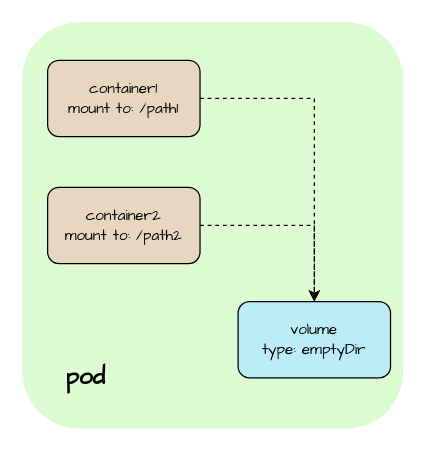
The draw.io diagram Untitled Diagram.drawio in xwcq/Just, before the edit. Source tidied: cells renumbered, new cells numbered last; positions are measured from the earlier drawing's top-left corner, leaving out a move shared by most shapes. Both pictures are drawn from the tidied source at 127%, with x=0, y=0 at pixel (22, 22).
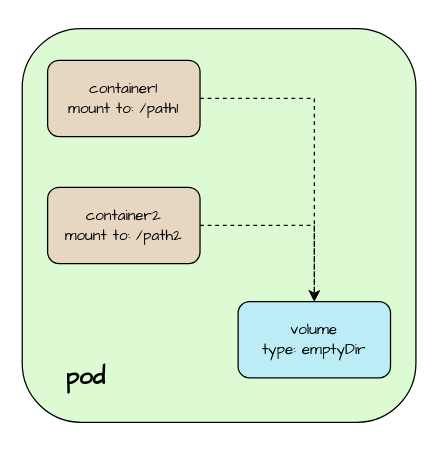
The same diagram, later.

The edit, as a diff of the source:
```diff
@@
 <mxGraphModel>
   <root>
     <mxCell id="0" />
     <mxCell id="1" parent="0" />
-    <mxCell id="2" style="rounded=1;whiteSpace=wrap;html=1;labelBackgroundColor=none;fontFamily=Comic Sans MS;glass=0;shadow=0;fillColor=#DDFBD2;strokeColor=none;" parent="1" vertex="1">
-      <mxGeometry width="300" height="320" as="geometry" />
-    </mxCell>
+    <mxCell id="9" style="rounded=1;whiteSpace=wrap;html=1;shadow=0;glass=0;labelBackgroundColor=none;sketch=0;fontFamily=Comic Sans MS;fontSize=19;fillColor=#DDFBD2;gradientColor=none;" parent="1" vertex="1">
+      <mxGeometry y="5" width="310" height="310" as="geometry" />
+    </mxCell>
     <mxCell id="3" value="&lt;font face=&quot;Comic Sans MS&quot;&gt;container2&lt;br&gt;mount to: /path2&lt;/font&gt;" style="rounded=1;whiteSpace=wrap;html=1;fillColor=#E7D7C1;" parent="1" vertex="1">
       <mxGeometry x="20" y="130" width="120" height="60" as="geometry" />
     </mxCell>
     <mxCell id="4" value="&lt;font face=&quot;Comic Sans MS&quot;&gt;container1&lt;br&gt;mount to: /path1&lt;/font&gt;" style="rounded=1;whiteSpace=wrap;html=1;labelBackgroundColor=none;fillColor=#E7D7C1;" parent="1" vertex="1">
       <mxGeometry x="20" y="30" width="120" height="60" as="geometry" />
     </mxCell>
     <mxCell id="5" value="&lt;font face=&quot;Comic Sans MS&quot;&gt;volume&lt;br&gt;type: emptyDir&lt;/font&gt;" style="rounded=1;whiteSpace=wrap;html=1;fillColor=#BCEDF6;" parent="1" vertex="1">
       <mxGeometry x="170" y="220" width="120" height="60" as="geometry" />
     </mxCell>
     <mxCell id="6" value="&lt;font style=&quot;font-size: 19px&quot;&gt;&lt;b&gt;pod&lt;/b&gt;&lt;/font&gt;" style="text;html=1;strokeColor=none;fillColor=none;align=center;verticalAlign=middle;whiteSpace=wrap;rounded=0;shadow=0;glass=0;labelBackgroundColor=none;fontFamily=Comic Sans MS;" parent="1" vertex="1">
       <mxGeometry x="20" y="260" width="60" height="40" as="geometry" />
     </mxCell>
     <mxCell id="7" style="endArrow=classic;html=1;rounded=0;fontFamily=Comic Sans MS;fontSize=19;dashed=1;exitX=1;exitY=0.5;exitDx=0;exitDy=0;entryX=0.5;entryY=0;entryDx=0;entryDy=0;" parent="1" edge="1" source="4" target="5">
       <mxGeometry relative="1" as="geometry">
         <Array as="points">
           <mxPoint x="230" y="60" />
         </Array>
       </mxGeometry>
     </mxCell>
     <mxCell id="8" style="endArrow=classic;html=1;rounded=0;fontFamily=Comic Sans MS;fontSize=19;dashed=1;exitX=1;exitY=0.5;exitDx=0;exitDy=0;" parent="1" edge="1" source="3">
       <mxGeometry relative="1" as="geometry">
         <mxPoint x="230" y="220" as="targetPoint" />
         <Array as="points">
           <mxPoint x="230" y="160" />
         </Array>
       </mxGeometry>
     </mxCell>
   </root>
 </mxGraphModel>
```
